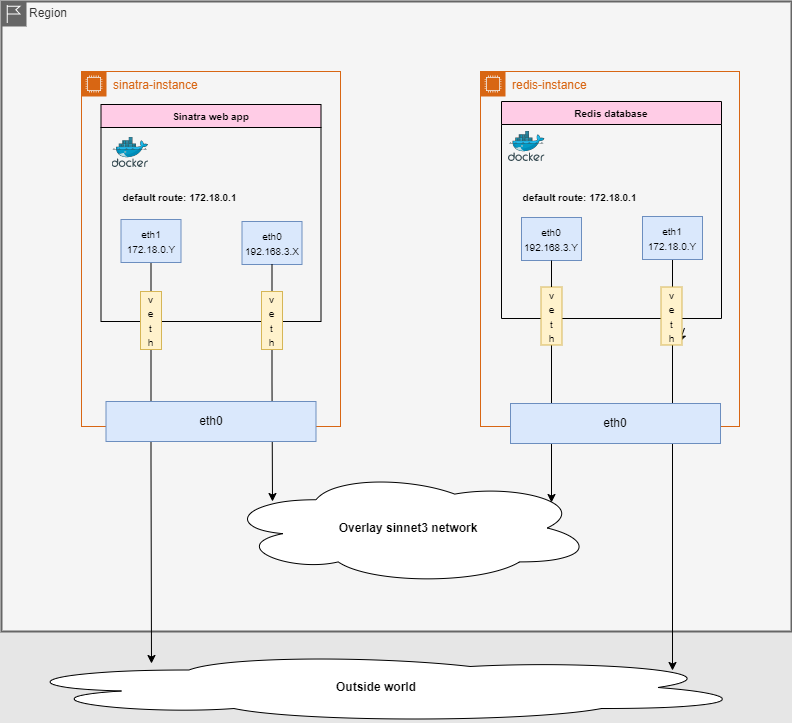
This is img/overlay.png from maxmin13/consul-prj, a draw.io export, as it was before one commit. Source tidied: cells renumbered, new cells last; positions are measured from the earlier drawing's top-left corner, leaving out a move shared by most shapes.
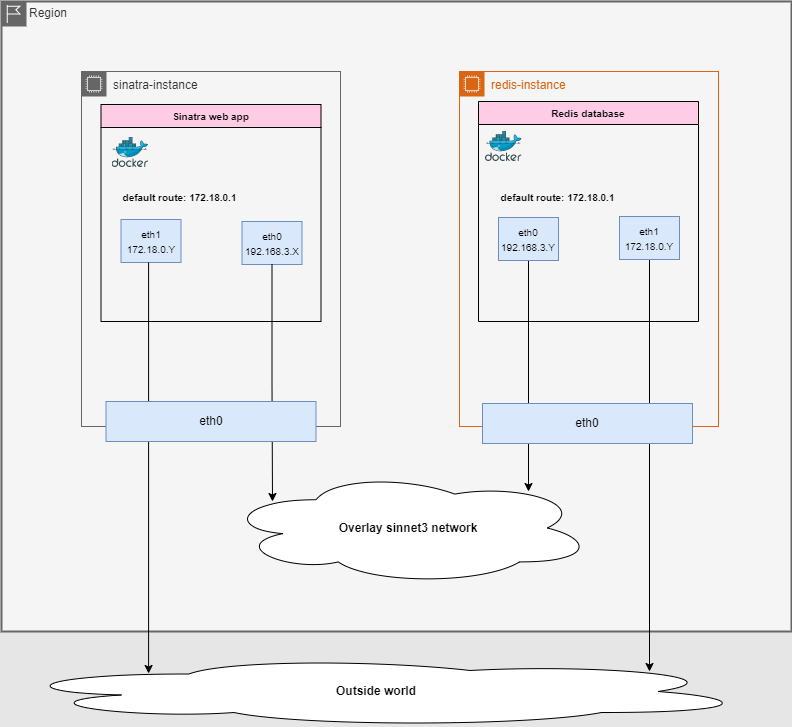
After the change.

Diff of the diagram source:
```diff
@@ -5,17 +5,17 @@
     <mxCell id="2" value="Region" style="shape=mxgraph.ibm.box;prType=region;fontStyle=0;verticalAlign=top;align=left;spacingLeft=32;spacingTop=4;fillColor=#f5f5f5;rounded=0;whiteSpace=wrap;html=1;strokeColor=#666666;strokeWidth=2;dashed=0;spacing=-4;fontColor=#333333;" parent="1" vertex="1">
       <mxGeometry width="790" height="630" as="geometry" />
     </mxCell>
-    <mxCell id="3" style="edgeStyle=orthogonalEdgeStyle;rounded=0;jettySize=auto;html=1;targetPerimeterSpacing=-1;" parent="2" edge="1" source="16">
-      <mxGeometry relative="1" as="geometry">
-        <mxPoint x="671" y="669" as="targetPoint" />
-      </mxGeometry>
-    </mxCell>
-    <mxCell id="4" style="edgeStyle=orthogonalEdgeStyle;rounded=0;jettySize=auto;html=1;targetPerimeterSpacing=-1;" parent="2" edge="1" source="8">
-      <mxGeometry relative="1" as="geometry">
-        <mxPoint x="150" y="662" as="targetPoint" />
-      </mxGeometry>
-    </mxCell>
+    <mxCell id="29" style="edgeStyle=orthogonalEdgeStyle;rounded=0;jettySize=auto;html=1;" parent="2" edge="1" source="16">
+      <mxGeometry relative="1" as="geometry">
+        <mxPoint x="648" y="670" as="targetPoint" />
+      </mxGeometry>
+    </mxCell>
+    <mxCell id="30" style="edgeStyle=orthogonalEdgeStyle;rounded=0;jettySize=auto;html=1;" parent="2" edge="1" source="15">
+      <mxGeometry relative="1" as="geometry">
+        <mxPoint x="527" y="490" as="targetPoint" />
+      </mxGeometry>
+    </mxCell>
-    <mxCell id="5" value="sinatra-instance" style="gradientColor=none;html=1;whiteSpace=wrap;fontSize=12;fontStyle=0;shape=mxgraph.aws4.group;grIcon=mxgraph.aws4.group_ec2_instance_contents;strokeColor=#D86613;fillColor=none;verticalAlign=top;align=left;spacingLeft=30;fontColor=#D86613;dashed=0;" parent="2" vertex="1">
+    <mxCell id="5" value="sinatra-instance" style="html=1;whiteSpace=wrap;fontSize=12;fontStyle=0;shape=mxgraph.aws4.group;grIcon=mxgraph.aws4.group_ec2_instance_contents;strokeColor=#666666;fillColor=#f5f5f5;verticalAlign=top;align=left;spacingLeft=30;fontColor=#333333;dashed=0;" parent="2" vertex="1">
       <mxGeometry x="80" y="70" width="259" height="355" as="geometry" />
     </mxCell>
     <mxCell id="6" value="Sinatra web app" style="swimlane;strokeColor=default;fontSize=10;fillColor=#FFCCE6;gradientColor=none;" parent="2" vertex="1">
@@ -30,23 +30,20 @@
     <mxCell id="9" style="sketch=0;html=1;align=center;image;fontSize=12;image=img/lib/mscae/Docker.svg;" parent="6" vertex="1">
       <mxGeometry x="11" y="33" width="36.6" height="30" as="geometry" />
     </mxCell>
-    <mxCell id="10" value="&lt;font style=&quot;font-size: 10px;&quot;&gt;v&lt;br&gt;e&lt;br&gt;t&lt;br&gt;h&lt;/font&gt;" style="whiteSpace=wrap;html=1;fontSize=12;fillColor=#fff2cc;strokeColor=#d6b656;" parent="6" vertex="1">
-      <mxGeometry x="39.5" y="187" width="21" height="58" as="geometry" />
-    </mxCell>
     <mxCell id="11" value="&lt;b&gt;&lt;font style=&quot;font-size: 10px;&quot;&gt;default route: 172.18.0.1&lt;/font&gt;&lt;/b&gt;" style="text;html=1;align=center;verticalAlign=middle;fillColor=none;strokeColor=none;rounded=0;" parent="6" vertex="1">
       <mxGeometry x="8" y="78" width="140" height="30" as="geometry" />
     </mxCell>
+    <mxCell id="31" style="edgeStyle=orthogonalEdgeStyle;rounded=0;orthogonalLoop=1;jettySize=auto;html=1;targetPerimeterSpacing=-1;" parent="6" edge="1">
+      <mxGeometry relative="1" as="geometry">
+        <mxPoint x="47.6" y="158" as="sourcePoint" />
+        <mxPoint x="47.6" y="569" as="targetPoint" />
+      </mxGeometry>
+    </mxCell>
     <mxCell id="12" value="redis-instance" style="gradientColor=none;html=1;whiteSpace=wrap;fontSize=12;fontStyle=0;shape=mxgraph.aws4.group;grIcon=mxgraph.aws4.group_ec2_instance_contents;strokeColor=#D86613;fillColor=none;verticalAlign=top;align=left;spacingLeft=30;fontColor=#D86613;dashed=0;" parent="2" vertex="1">
-      <mxGeometry x="479" y="70" width="259" height="355" as="geometry" />
+      <mxGeometry x="458" y="70" width="259" height="355" as="geometry" />
     </mxCell>
-    <mxCell id="13" style="edgeStyle=none;rounded=0;orthogonalLoop=1;jettySize=auto;html=1;exitX=1;exitY=0.75;exitDx=0;exitDy=0;entryX=0.75;entryY=1;entryDx=0;entryDy=0;fontSize=10;" parent="12" edge="1">
-      <mxGeometry relative="1" as="geometry">
-        <mxPoint x="204" y="256.5" as="sourcePoint" />
-        <mxPoint x="198.8" y="271" as="targetPoint" />
-      </mxGeometry>
-    </mxCell>
     <mxCell id="14" value="Redis database" style="swimlane;strokeColor=default;fontSize=10;fillColor=#FFCCE6;gradientColor=none;" parent="2" vertex="1">
-      <mxGeometry x="500" y="100" width="220" height="217" as="geometry" />
+      <mxGeometry x="477" y="100" width="220" height="220" as="geometry" />
     </mxCell>
     <mxCell id="15" value="&lt;font style=&quot;font-size: 10px;&quot;&gt;eth0&lt;br&gt;192.168.3.Y&lt;br&gt;&lt;/font&gt;" style="whiteSpace=wrap;html=1;fontSize=12;fillColor=#dae8fc;strokeColor=#6c8ebf;" parent="14" vertex="1">
       <mxGeometry x="20" y="116" width="60" height="43" as="geometry" />
@@ -57,42 +54,25 @@
     <mxCell id="17" style="sketch=0;html=1;align=center;image;fontSize=12;image=img/lib/mscae/Docker.svg;" parent="14" vertex="1">
       <mxGeometry x="7" y="30" width="36.6" height="30" as="geometry" />
     </mxCell>
-    <mxCell id="18" value="&lt;font style=&quot;font-size: 10px;&quot;&gt;v&lt;br&gt;e&lt;br&gt;t&lt;br&gt;h&lt;/font&gt;" style="whiteSpace=wrap;html=1;fontSize=12;fillColor=#fff2cc;strokeColor=#d6b656;" parent="14" vertex="1">
-      <mxGeometry x="159.5" y="185.5" width="21" height="58" as="geometry" />
-    </mxCell>
     <mxCell id="19" style="edgeStyle=orthogonalEdgeStyle;rounded=0;jettySize=auto;html=1;targetPerimeterSpacing=-1;" parent="2" edge="1" source="7">
       <mxGeometry relative="1" as="geometry">
         <mxPoint x="271" y="500" as="targetPoint" />
       </mxGeometry>
     </mxCell>
-    <mxCell id="20" value="&lt;font style=&quot;font-size: 10px;&quot;&gt;v&lt;br&gt;e&lt;br&gt;t&lt;br&gt;h&lt;/font&gt;" style="whiteSpace=wrap;html=1;fontSize=12;fillColor=#fff2cc;strokeColor=#d6b656;" parent="2" vertex="1">
-      <mxGeometry x="260" y="290" width="21" height="58" as="geometry" />
-    </mxCell>
     <mxCell id="21" value="&lt;b&gt;Overlay sinnet3 network&lt;/b&gt;" style="ellipse;shape=cloud;whiteSpace=wrap;html=1;" parent="2" vertex="1">
       <mxGeometry x="222" y="470" width="370" height="113" as="geometry" />
     </mxCell>
-    <mxCell id="22" style="edgeStyle=orthogonalEdgeStyle;rounded=0;jettySize=auto;html=1;targetPerimeterSpacing=-1;startArrow=none;" parent="2" edge="1" source="24">
-      <mxGeometry relative="1" as="geometry">
-        <mxPoint x="550" y="501" as="targetPoint" />
-      </mxGeometry>
-    </mxCell>
     <mxCell id="23" value="eth0" style="whiteSpace=wrap;html=1;fontSize=12;fillColor=#dae8fc;strokeColor=#6c8ebf;" parent="2" vertex="1">
       <mxGeometry x="104.5" y="400" width="210" height="40" as="geometry" />
     </mxCell>
-    <mxCell id="24" value="&lt;font style=&quot;font-size: 10px;&quot;&gt;v&lt;br&gt;e&lt;br&gt;t&lt;br&gt;h&lt;/font&gt;" style="whiteSpace=wrap;html=1;fontSize=12;fillColor=#fff2cc;strokeColor=#d6b656;" parent="2" vertex="1">
-      <mxGeometry x="539.5" y="285.5" width="21" height="58" as="geometry" />
-    </mxCell>
-    <mxCell id="25" style="edgeStyle=orthogonalEdgeStyle;rounded=0;jettySize=auto;html=1;endArrow=none;" parent="2" edge="1" source="15" target="24">
-      <mxGeometry relative="1" as="geometry" />
-    </mxCell>
     <mxCell id="26" value="eth0" style="whiteSpace=wrap;html=1;fontSize=12;fillColor=#dae8fc;strokeColor=#6c8ebf;" parent="2" vertex="1">
-      <mxGeometry x="509" y="402" width="210" height="40" as="geometry" />
+      <mxGeometry x="481" y="402" width="210" height="40" as="geometry" />
     </mxCell>
     <mxCell id="27" value="&lt;b&gt;Outside world&lt;/b&gt;" style="ellipse;shape=cloud;whiteSpace=wrap;html=1;" parent="2" vertex="1">
-      <mxGeometry y="651" width="750" height="70" as="geometry" />
+      <mxGeometry y="655" width="750" height="70" as="geometry" />
     </mxCell>
     <mxCell id="28" value="&lt;b&gt;&lt;font style=&quot;font-size: 10px;&quot;&gt;default route: 172.18.0.1&lt;/font&gt;&lt;/b&gt;" style="text;html=1;align=center;verticalAlign=middle;fillColor=none;strokeColor=none;rounded=0;" parent="1" vertex="1">
-      <mxGeometry x="507.5" y="181" width="140" height="30" as="geometry" />
+      <mxGeometry x="485.5" y="181" width="140" height="30" as="geometry" />
     </mxCell>
   </root>
 </mxGraphModel>
```
